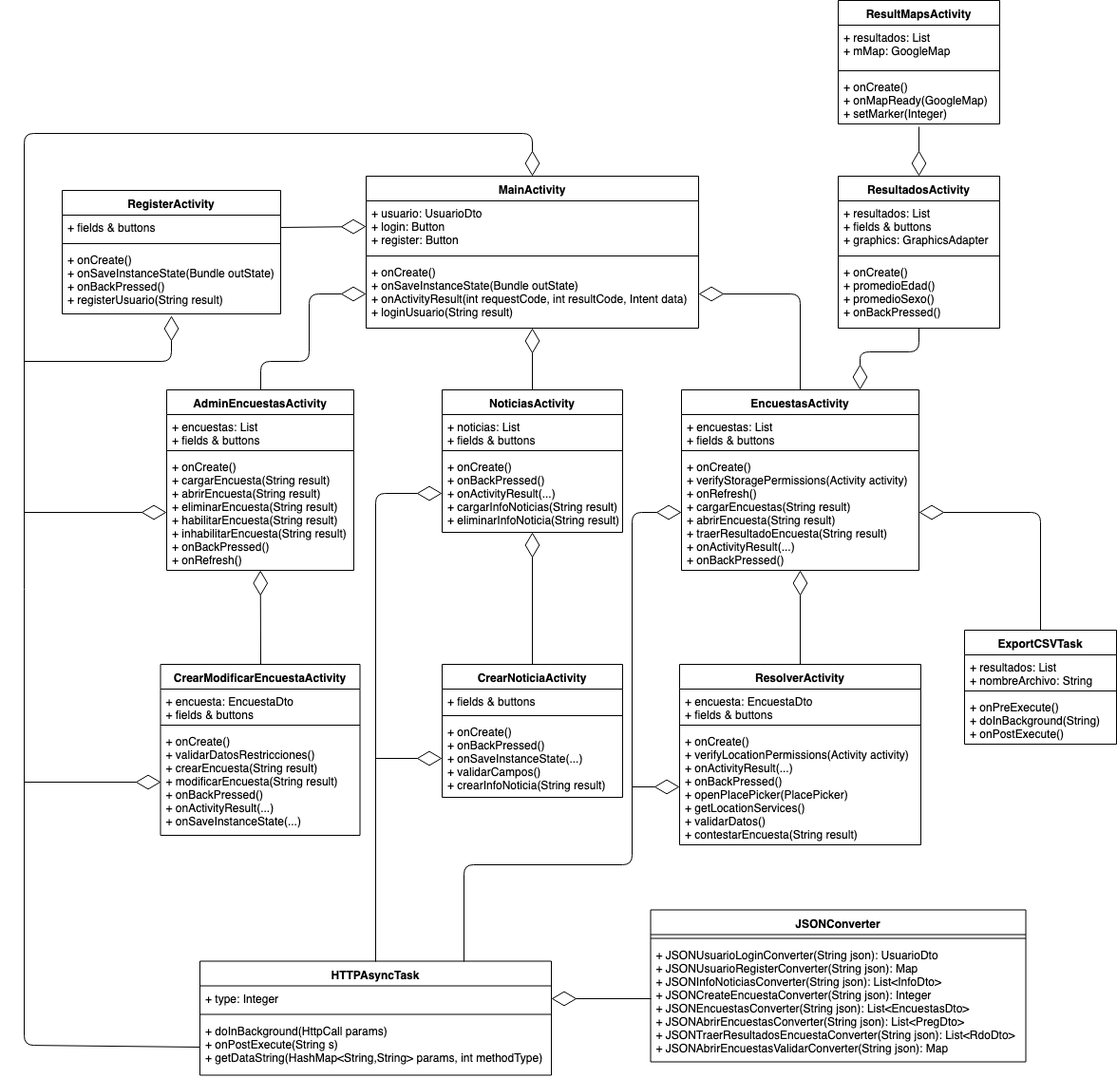
facus522/PFC keeps this draw.io diagram as Facundo Salmerón/Etapas/5- Informe Final/encuestando-tesis/Informe/Imagenes/Bitmap/modelo_aplicacion.png. Above is the earlier version. Source tidied: cells renumbered, new cells last; positions are measured from the earlier drawing's top-left corner, leaving out a move shared by most shapes.
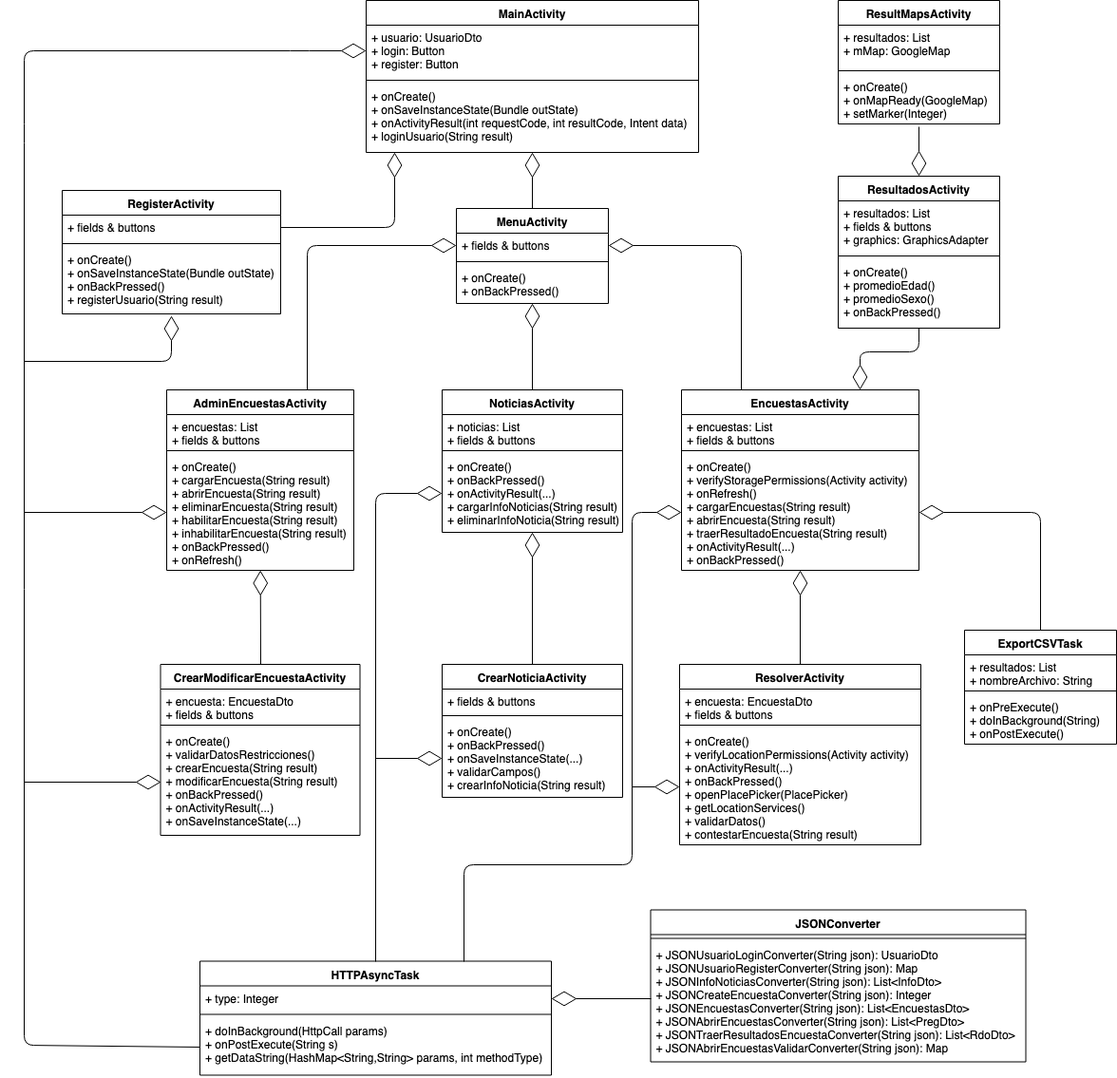
After the change.

Change to the diagram source:
```diff
@@ -3,7 +3,7 @@
     <mxCell id="0" />
     <mxCell id="1" parent="0" />
     <mxCell id="2" value="MainActivity" style="swimlane;fontStyle=1;align=center;verticalAlign=top;horizontal=1;startSize=26;" parent="1" vertex="1">
-      <mxGeometry x="360" y="185" width="350" height="160" as="geometry" />
+      <mxGeometry x="360" width="350" height="160" as="geometry" />
     </mxCell>
     <mxCell id="3" value="+ usuario: UsuarioDto&#10;+ login: Button&#10;+ register: Button&#10;" style="text;strokeColor=none;fillColor=none;align=left;verticalAlign=top;spacingLeft=4;spacingRight=4;overflow=hidden;points=[[0,0.5],[1,0.5]];portConstraint=eastwest;" parent="2" vertex="1">
       <mxGeometry y="26" width="350" height="54" as="geometry" />
@@ -155,28 +155,13 @@
     <mxCell id="52" value="+ onCreate()&#10;+ onMapReady(GoogleMap)&#10;+ setMarker(Integer)&#10;" style="text;strokeColor=none;fillColor=none;align=left;verticalAlign=top;spacingLeft=4;spacingRight=4;overflow=hidden;" parent="49" vertex="1">
       <mxGeometry y="78" width="170" height="52" as="geometry" />
     </mxCell>
-    <mxCell id="53" style="endArrow=diamondThin;endFill=0;endSize=24;html=1;entryX=0;entryY=0.5;entryDx=0;entryDy=0;exitX=0.5;exitY=0;exitDx=0;exitDy=0;" parent="1" edge="1" source="10" target="5">
-      <mxGeometry relative="1" as="geometry">
-        <Array as="points">
-          <mxPoint x="249" y="380" />
-          <mxPoint x="300" y="380" />
-          <mxPoint x="300" y="309" />
-        </Array>
-      </mxGeometry>
-    </mxCell>
-    <mxCell id="54" style="endArrow=diamondThin;endFill=0;endSize=24;html=1;entryX=0;entryY=0.5;entryDx=0;entryDy=0;exitX=1;exitY=0.5;exitDx=0;exitDy=0;" parent="1" edge="1" source="7" target="3">
-      <mxGeometry relative="1" as="geometry" />
+    <mxCell id="54" style="endArrow=diamondThin;endFill=0;endSize=24;html=1;exitX=1;exitY=0.5;exitDx=0;exitDy=0;entryX=0.086;entryY=1;entryDx=0;entryDy=0;entryPerimeter=0;" parent="1" edge="1" source="7" target="5">
+      <mxGeometry relative="1" as="geometry">
+        <Array as="points">
+          <mxPoint x="390" y="239" />
+        </Array>
+      </mxGeometry>
     </mxCell>
-    <mxCell id="55" style="endArrow=diamondThin;endFill=0;endSize=24;html=1;exitX=0.5;exitY=0;exitDx=0;exitDy=0;" parent="1" edge="1" source="14" target="5">
-      <mxGeometry relative="1" as="geometry" />
-    </mxCell>
-    <mxCell id="56" style="endArrow=diamondThin;endFill=0;endSize=24;html=1;entryX=1;entryY=0.5;entryDx=0;entryDy=0;exitX=0.5;exitY=0;exitDx=0;exitDy=0;" parent="1" edge="1" source="18" target="5">
-      <mxGeometry relative="1" as="geometry">
-        <Array as="points">
-          <mxPoint x="817" y="309" />
-        </Array>
-      </mxGeometry>
-    </mxCell>
     <mxCell id="57" style="endArrow=diamondThin;endFill=0;endSize=24;html=1;exitX=0.5;exitY=0;exitDx=0;exitDy=0;" parent="1" edge="1" source="37" target="13">
       <mxGeometry relative="1" as="geometry" />
     </mxCell>
@@ -190,12 +175,13 @@
         </Array>
       </mxGeometry>
     </mxCell>
-    <mxCell id="60" style="endArrow=diamondThin;endFill=0;endSize=24;html=1;entryX=0.5;entryY=0;entryDx=0;entryDy=0;exitX=0;exitY=0.5;exitDx=0;exitDy=0;" parent="1" edge="1" source="25" target="2">
+    <mxCell id="60" style="endArrow=diamondThin;endFill=0;endSize=24;html=1;entryX=0;entryY=0.5;entryDx=0;entryDy=0;exitX=0;exitY=0.5;exitDx=0;exitDy=0;" parent="1" edge="1" source="25" target="3">
       <mxGeometry relative="1" as="geometry">
         <Array as="points">
           <mxPoint y="1100" />
           <mxPoint y="140" />
-          <mxPoint x="535" y="140" />
+          <mxPoint y="53" />
+          <mxPoint x="290" y="53" />
         </Array>
       </mxGeometry>
     </mxCell>
@@ -264,5 +250,37 @@
         <mxPoint x="640" y="828" as="sourcePoint" />
       </mxGeometry>
     </mxCell>
+    <mxCell id="72" value="MenuActivity" style="swimlane;fontStyle=1;align=center;verticalAlign=top;horizontal=1;startSize=26;" parent="1" vertex="1">
+      <mxGeometry x="455" y="219" width="160" height="100" as="geometry" />
+    </mxCell>
+    <mxCell id="73" value="+ fields &amp; buttons" style="text;strokeColor=none;fillColor=none;align=left;verticalAlign=top;spacingLeft=4;spacingRight=4;overflow=hidden;points=[[0,0.5],[1,0.5]];portConstraint=eastwest;" parent="72" vertex="1">
+      <mxGeometry y="26" width="160" height="26" as="geometry" />
+    </mxCell>
+    <mxCell id="74" style="line;strokeWidth=1;fillColor=none;align=left;verticalAlign=middle;spacingTop=-1;spacingLeft=3;spacingRight=3;labelPosition=right;" parent="72" vertex="1">
+      <mxGeometry y="52" width="160" height="8" as="geometry" />
+    </mxCell>
+    <mxCell id="75" value="+ onCreate()&#10;+ onBackPressed()&#10;" style="text;strokeColor=none;fillColor=none;align=left;verticalAlign=top;spacingLeft=4;spacingRight=4;overflow=hidden;points=[[0,0.5],[1,0.5]];portConstraint=eastwest;" parent="72" vertex="1">
+      <mxGeometry y="60" width="160" height="40" as="geometry" />
+    </mxCell>
+    <mxCell id="76" style="endArrow=diamondThin;endFill=0;endSize=24;html=1;exitX=0.5;exitY=0;exitDx=0;exitDy=0;" parent="1" edge="1" source="72" target="5">
+      <mxGeometry relative="1" as="geometry" />
+    </mxCell>
+    <mxCell id="77" style="endArrow=diamondThin;endFill=0;endSize=24;html=1;exitX=0.75;exitY=0;exitDx=0;exitDy=0;entryX=0;entryY=0.5;entryDx=0;entryDy=0;" parent="1" edge="1" source="10" target="73">
+      <mxGeometry relative="1" as="geometry">
+        <Array as="points">
+          <mxPoint x="298" y="258" />
+        </Array>
+      </mxGeometry>
+    </mxCell>
+    <mxCell id="78" style="endArrow=diamondThin;endFill=0;endSize=24;html=1;exitX=0.5;exitY=0;exitDx=0;exitDy=0;entryX=0.5;entryY=1;entryDx=0;entryDy=0;entryPerimeter=0;" parent="1" edge="1" source="14" target="75">
+      <mxGeometry relative="1" as="geometry" />
+    </mxCell>
+    <mxCell id="79" style="endArrow=diamondThin;endFill=0;endSize=24;html=1;entryX=1;entryY=0.5;entryDx=0;entryDy=0;exitX=0.25;exitY=0;exitDx=0;exitDy=0;" parent="1" edge="1" source="18" target="73">
+      <mxGeometry relative="1" as="geometry">
+        <Array as="points">
+          <mxPoint x="755" y="258" />
+        </Array>
+      </mxGeometry>
+    </mxCell>
   </root>
 </mxGraphModel>
```
